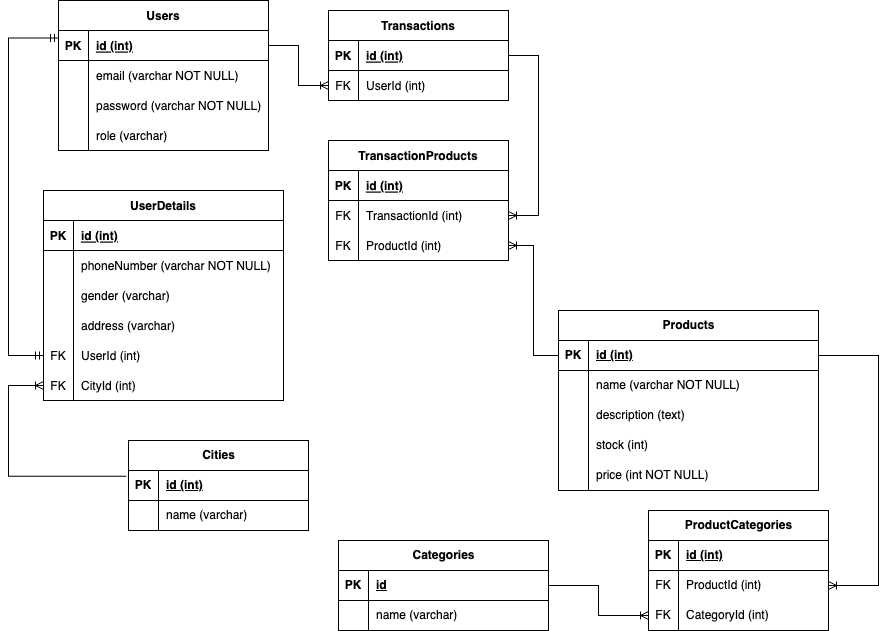
Above: schema.drawio.png in ariiqramadhan/p1-project (draw.io), before the change. Source tidied: cells renumbered, new cells last; positions are measured from the earlier drawing's top-left corner, leaving out a move shared by most shapes.
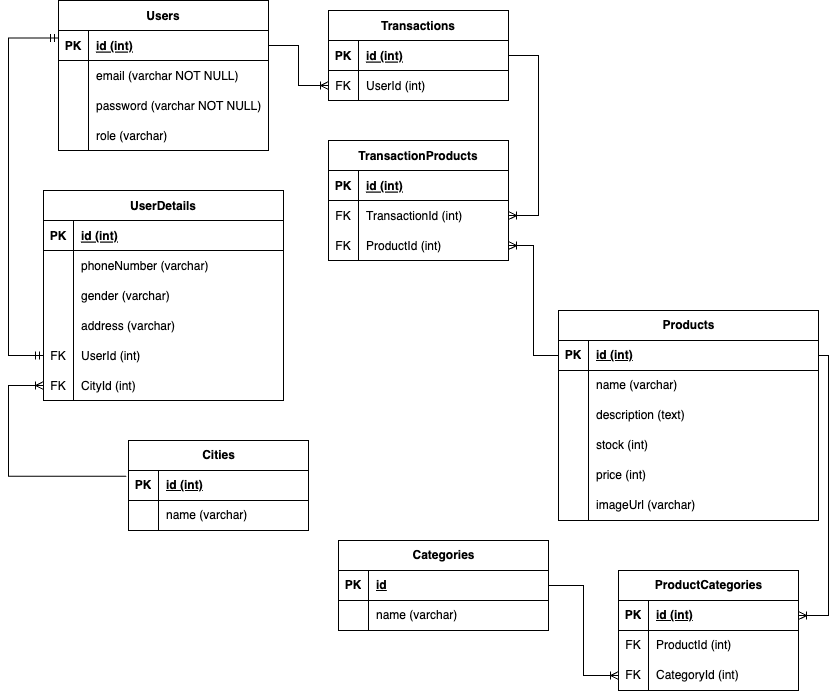
Above is the later version.

What changed in the source:
```diff
@@ -59,7 +59,7 @@
     <mxCell id="20" style="shape=partialRectangle;fillColor=none;top=0;left=0;bottom=0;right=0;overflow=hidden;" parent="19" vertex="1">
       <mxGeometry width="30" height="30" as="geometry" />
     </mxCell>
-    <mxCell id="21" value="phoneNumber (varchar NOT NULL)" style="shape=partialRectangle;fillColor=none;top=0;left=0;bottom=0;right=0;align=left;spacingLeft=6;overflow=hidden;" parent="19" vertex="1">
+    <mxCell id="21" value="phoneNumber (varchar)" style="shape=partialRectangle;fillColor=none;top=0;left=0;bottom=0;right=0;align=left;spacingLeft=6;overflow=hidden;" parent="19" vertex="1">
       <mxGeometry x="30" width="210" height="30" as="geometry" />
     </mxCell>
     <mxCell id="22" style="shape=tableRow;horizontal=0;startSize=0;swimlaneHead=0;swimlaneBody=0;fillColor=none;top=0;left=0;right=0;bottom=0;" parent="15" vertex="1">
@@ -150,7 +150,7 @@
       <mxGeometry x="30" width="150" height="30" as="geometry" />
     </mxCell>
     <mxCell id="51" value="Products" style="shape=table;startSize=30;rowLines=0;fontStyle=1;align=center;html=1;" parent="1" vertex="1">
-      <mxGeometry x="550" y="310" width="260" height="180" as="geometry" />
+      <mxGeometry x="550" y="310" width="260" height="210" as="geometry" />
     </mxCell>
     <mxCell id="52" style="shape=tableRow;horizontal=0;startSize=0;swimlaneHead=0;swimlaneBody=0;fillColor=none;points=[[0,0.5],[1,0.5]];portConstraint=eastwest;top=0;left=0;right=0;bottom=1;" parent="51" vertex="1">
       <mxGeometry y="30" width="260" height="30" as="geometry" />
@@ -167,7 +167,7 @@
     <mxCell id="56" style="shape=partialRectangle;fillColor=none;top=0;left=0;bottom=0;right=0;overflow=hidden;whiteSpace=wrap;html=1;" parent="55" vertex="1">
       <mxGeometry width="30" height="30" as="geometry" />
     </mxCell>
-    <mxCell id="57" value="name (varchar NOT NULL)" style="shape=partialRectangle;fillColor=none;top=0;left=0;bottom=0;right=0;align=left;spacingLeft=6;overflow=hidden;whiteSpace=wrap;html=1;" parent="55" vertex="1">
+    <mxCell id="57" value="name (varchar)" style="shape=partialRectangle;fillColor=none;top=0;left=0;bottom=0;right=0;align=left;spacingLeft=6;overflow=hidden;whiteSpace=wrap;html=1;" parent="55" vertex="1">
       <mxGeometry x="30" width="230" height="30" as="geometry" />
     </mxCell>
     <mxCell id="58" style="shape=tableRow;horizontal=0;startSize=0;swimlaneHead=0;swimlaneBody=0;fillColor=none;top=0;left=0;right=0;bottom=0;" parent="51" vertex="1">
@@ -194,9 +194,18 @@
     <mxCell id="65" style="shape=partialRectangle;fillColor=none;top=0;left=0;bottom=0;right=0;overflow=hidden;whiteSpace=wrap;html=1;" parent="64" vertex="1">
       <mxGeometry width="30" height="30" as="geometry" />
     </mxCell>
-    <mxCell id="66" value="price (int NOT NULL)" style="shape=partialRectangle;fillColor=none;top=0;left=0;bottom=0;right=0;align=left;spacingLeft=6;overflow=hidden;whiteSpace=wrap;html=1;" parent="64" vertex="1">
+    <mxCell id="66" value="price (int)" style="shape=partialRectangle;fillColor=none;top=0;left=0;bottom=0;right=0;align=left;spacingLeft=6;overflow=hidden;whiteSpace=wrap;html=1;" parent="64" vertex="1">
       <mxGeometry x="30" width="230" height="30" as="geometry" />
     </mxCell>
+    <mxCell id="98" style="shape=tableRow;horizontal=0;startSize=0;swimlaneHead=0;swimlaneBody=0;fillColor=none;top=0;left=0;right=0;bottom=0;" parent="51" vertex="1">
+      <mxGeometry y="180" width="260" height="30" as="geometry" />
+    </mxCell>
+    <mxCell id="99" style="shape=partialRectangle;fillColor=none;top=0;left=0;bottom=0;right=0;overflow=hidden;whiteSpace=wrap;html=1;" parent="98" vertex="1">
+      <mxGeometry width="30" height="30" as="geometry" />
+    </mxCell>
+    <mxCell id="100" value="imageUrl (varchar)" style="shape=partialRectangle;fillColor=none;top=0;left=0;bottom=0;right=0;align=left;spacingLeft=6;overflow=hidden;whiteSpace=wrap;html=1;" parent="98" vertex="1">
+      <mxGeometry x="30" width="230" height="30" as="geometry" />
+    </mxCell>
     <mxCell id="67" value="Categories" style="shape=table;startSize=30;rowLines=0;fontStyle=1;align=center;html=1;" parent="1" vertex="1">
       <mxGeometry x="330" y="540" width="210" height="90" as="geometry" />
     </mxCell>
@@ -219,7 +228,7 @@
       <mxGeometry x="30" width="180" height="30" as="geometry" />
     </mxCell>
     <mxCell id="74" value="ProductCategories" style="shape=table;startSize=30;rowLines=0;fontStyle=1;align=center;html=1;" parent="1" vertex="1">
-      <mxGeometry x="640" y="510" width="180" height="120" as="geometry" />
+      <mxGeometry x="610" y="570" width="180" height="120" as="geometry" />
     </mxCell>
     <mxCell id="75" style="shape=tableRow;horizontal=0;startSize=0;swimlaneHead=0;swimlaneBody=0;fillColor=none;points=[[0,0.5],[1,0.5]];portConstraint=eastwest;top=0;left=0;right=0;bottom=1;" parent="74" vertex="1">
       <mxGeometry y="30" width="180" height="30" as="geometry" />
@@ -299,16 +308,11 @@
     <mxCell id="95" style="edgeStyle=orthogonalEdgeStyle;rounded=0;html=1;exitX=1;exitY=0.5;exitDx=0;exitDy=0;entryX=0;entryY=0.5;entryDx=0;entryDy=0;startArrow=ERoneToMany;startFill=0;endArrow=none;endFill=0;" parent="1" edge="1" source="48" target="52">
       <mxGeometry relative="1" as="geometry" />
     </mxCell>
-    <mxCell id="96" style="edgeStyle=orthogonalEdgeStyle;rounded=0;html=1;exitX=1;exitY=0.5;exitDx=0;exitDy=0;entryX=1;entryY=0.5;entryDx=0;entryDy=0;startArrow=none;startFill=0;endArrow=ERoneToMany;endFill=0;" parent="1" edge="1" source="52" target="78">
-      <mxGeometry relative="1" as="geometry">
-        <Array as="points">
-          <mxPoint x="870" y="355" />
-          <mxPoint x="870" y="585" />
-        </Array>
-      </mxGeometry>
-    </mxCell>
     <mxCell id="97" style="edgeStyle=orthogonalEdgeStyle;rounded=0;html=1;exitX=0;exitY=0.5;exitDx=0;exitDy=0;entryX=1;entryY=0.5;entryDx=0;entryDy=0;startArrow=ERoneToMany;startFill=0;endArrow=none;endFill=0;" parent="1" edge="1" source="81" target="68">
       <mxGeometry relative="1" as="geometry" />
     </mxCell>
+    <mxCell id="101" style="edgeStyle=orthogonalEdgeStyle;html=1;exitX=1;exitY=0.5;exitDx=0;exitDy=0;entryX=1;entryY=0.5;entryDx=0;entryDy=0;endArrow=ERoneToMany;endFill=0;rounded=0;" parent="1" edge="1" source="52" target="75">
+      <mxGeometry relative="1" as="geometry" />
+    </mxCell>
   </root>
 </mxGraphModel>
```
